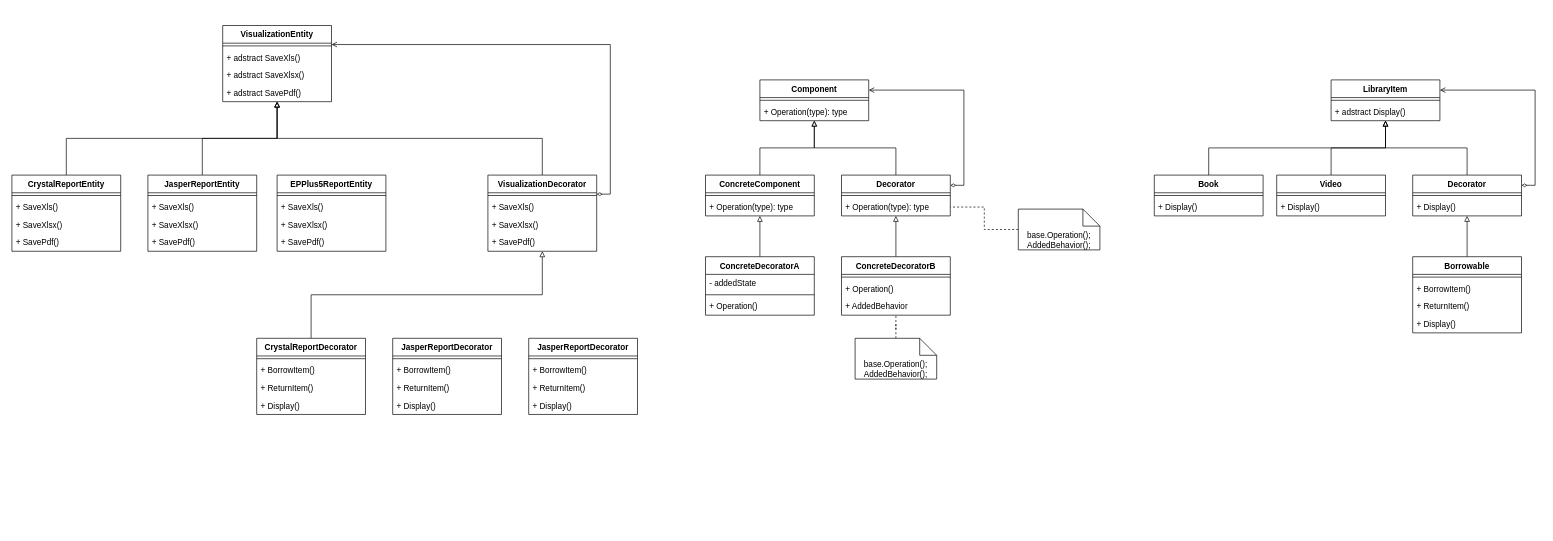
This is Developer Guide/Design Pattern-Decorator.Explain.drawio from Otaku-Projects/ReportEngine, a draw.io file, before an edit. Source tidied: cells renumbered, new cells numbered last; positions are measured from the earlier drawing's top-left corner, leaving out a move shared by most shapes. Both pictures are drawn from the tidied source at 68%, with x=0, y=0 at pixel (12, 25).
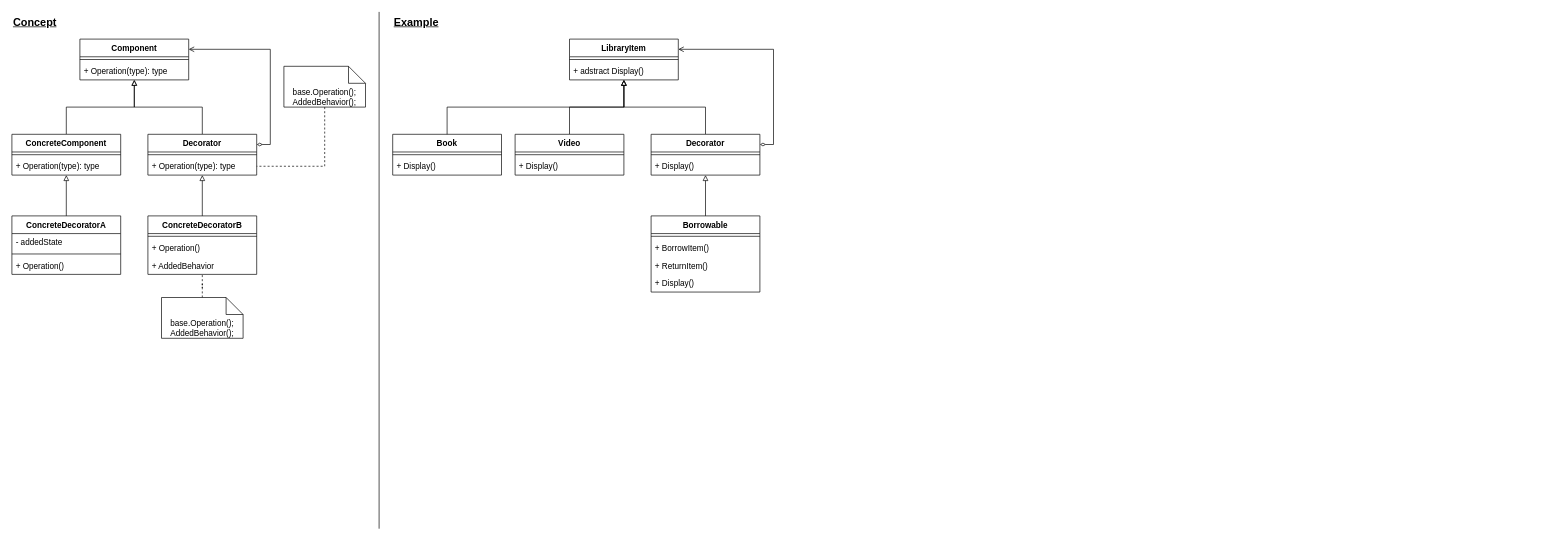
After the change.

Change to the diagram source:
```diff
@@
     <mxCell id="2" value="Component" style="swimlane;fontStyle=1;align=center;verticalAlign=top;horizontal=1;startSize=26;" parent="1" vertex="1">
-      <mxGeometry x="1100" y="80" width="160" height="60" as="geometry" />
+      <mxGeometry x="100" y="20" width="160" height="60" as="geometry" />
     </mxCell>
@@
     <mxCell id="7" value="Decorator" style="swimlane;fontStyle=1;align=center;verticalAlign=top;horizontal=1;startSize=26;" parent="1" vertex="1">
-      <mxGeometry x="1220" y="220" width="160" height="60" as="geometry" />
+      <mxGeometry x="200" y="160" width="160" height="60" as="geometry" />
     </mxCell>
@@
     <mxCell id="11" value="ConcreteDecoratorA" style="swimlane;fontStyle=1;align=center;verticalAlign=top;horizontal=1;startSize=26;" parent="1" vertex="1">
-      <mxGeometry x="1020" y="340" width="160" height="86" as="geometry" />
+      <mxGeometry y="280" width="160" height="86" as="geometry" />
     </mxCell>
@@
     <mxCell id="16" value="ConcreteComponent" style="swimlane;fontStyle=1;align=center;verticalAlign=top;horizontal=1;startSize=26;" parent="1" vertex="1">
-      <mxGeometry x="1020" y="220" width="160" height="60" as="geometry" />
+      <mxGeometry y="160" width="160" height="60" as="geometry" />
     </mxCell>
@@
     <mxCell id="20" value="ConcreteDecoratorB" style="swimlane;fontStyle=1;align=center;verticalAlign=top;horizontal=1;startSize=26;" parent="1" vertex="1">
-      <mxGeometry x="1220" y="340" width="160" height="86" as="geometry" />
+      <mxGeometry x="200" y="280" width="160" height="86" as="geometry" />
     </mxCell>
@@
     <mxCell id="25" value="base.Operation();&lt;br&gt;AddedBehavior();" style="shape=note2;boundedLbl=1;whiteSpace=wrap;html=1;size=25;verticalAlign=top;align=center;" parent="1" vertex="1">
-      <mxGeometry x="1240" y="460" width="120" height="60" as="geometry" />
+      <mxGeometry x="220" y="400" width="120" height="60" as="geometry" />
     </mxCell>
@@
     <mxCell id="27" value="base.Operation();&lt;br&gt;AddedBehavior();" style="shape=note2;boundedLbl=1;whiteSpace=wrap;html=1;size=25;verticalAlign=top;align=center;" parent="1" vertex="1">
-      <mxGeometry x="1480" y="270" width="120" height="60" as="geometry" />
+      <mxGeometry x="400" y="60" width="120" height="60" as="geometry" />
     </mxCell>
     <mxCell id="28" value="LibraryItem" style="swimlane;fontStyle=1;align=center;verticalAlign=top;horizontal=1;startSize=26;" parent="1" vertex="1">
-      <mxGeometry x="1940" y="80" width="160" height="60" as="geometry" />
+      <mxGeometry x="820" y="20" width="160" height="60" as="geometry" />
     </mxCell>
@@
     <mxCell id="33" value="Decorator" style="swimlane;fontStyle=1;align=center;verticalAlign=top;horizontal=1;startSize=26;" parent="1" vertex="1">
-      <mxGeometry x="2060" y="220" width="160" height="60" as="geometry" />
+      <mxGeometry x="940" y="160" width="160" height="60" as="geometry" />
     </mxCell>
@@
     <mxCell id="37" value="Video" style="swimlane;fontStyle=1;align=center;verticalAlign=top;horizontal=1;startSize=26;" parent="1" vertex="1">
-      <mxGeometry x="1860" y="220" width="160" height="60" as="geometry" />
+      <mxGeometry x="740" y="160" width="160" height="60" as="geometry" />
     </mxCell>
@@
     <mxCell id="41" value="Borrowable" style="swimlane;fontStyle=1;align=center;verticalAlign=top;horizontal=1;startSize=26;" parent="1" vertex="1">
-      <mxGeometry x="2060" y="340" width="160" height="112" as="geometry" />
+      <mxGeometry x="940" y="280" width="160" height="112" as="geometry" />
     </mxCell>
@@
     <mxCell id="46" value="Book" style="swimlane;fontStyle=1;align=center;verticalAlign=top;horizontal=1;startSize=26;" parent="1" vertex="1">
-      <mxGeometry x="1680" y="220" width="160" height="60" as="geometry" />
+      <mxGeometry x="560" y="160" width="160" height="60" as="geometry" />
     </mxCell>
@@
-    <mxCell id="50" value="VisualizationEntity" style="swimlane;fontStyle=1;align=center;verticalAlign=top;horizontal=1;startSize=26;" parent="1" vertex="1">
-      <mxGeometry x="310" width="160" height="112" as="geometry" />
-    </mxCell>
-    <mxCell id="51" style="line;strokeWidth=1;fillColor=none;align=left;verticalAlign=middle;spacingTop=-1;spacingLeft=3;spacingRight=3;labelPosition=right;" parent="50" vertex="1">
-      <mxGeometry y="26" width="160" height="8" as="geometry" />
-    </mxCell>
-    <mxCell id="52" value="+ adstract SaveXls()" style="text;strokeColor=none;fillColor=none;align=left;verticalAlign=top;spacingLeft=4;spacingRight=4;overflow=hidden;" parent="50" vertex="1">
-      <mxGeometry y="34" width="160" height="26" as="geometry" />
-    </mxCell>
-    <mxCell id="53" value="+ adstract SaveXlsx()" style="text;strokeColor=none;fillColor=none;align=left;verticalAlign=top;spacingLeft=4;spacingRight=4;overflow=hidden;" parent="50" vertex="1">
-      <mxGeometry y="60" width="160" height="26" as="geometry" />
-    </mxCell>
-    <mxCell id="54" value="+ adstract SavePdf()" style="text;strokeColor=none;fillColor=none;align=left;verticalAlign=top;spacingLeft=4;spacingRight=4;overflow=hidden;" parent="50" vertex="1">
-      <mxGeometry y="86" width="160" height="26" as="geometry" />
-    </mxCell>
-    <mxCell id="55" style="edgeStyle=orthogonalEdgeStyle;rounded=0;jettySize=auto;html=1;exitX=1;exitY=0.25;exitDx=0;exitDy=0;entryX=1;entryY=0.25;entryDx=0;entryDy=0;endArrow=open;endFill=0;startArrow=diamondThin;startFill=0;" parent="1" edge="1" source="57" target="50">
-      <mxGeometry relative="1" as="geometry" />
-    </mxCell>
-    <mxCell id="56" style="edgeStyle=orthogonalEdgeStyle;rounded=0;jettySize=auto;html=1;startArrow=none;startFill=0;endArrow=block;endFill=0;exitX=0.5;exitY=0;exitDx=0;exitDy=0;" parent="1" edge="1" source="57" target="50">
-      <mxGeometry relative="1" as="geometry" />
-    </mxCell>
-    <mxCell id="57" value="VisualizationDecorator" style="swimlane;fontStyle=1;align=center;verticalAlign=top;horizontal=1;startSize=26;" parent="1" vertex="1">
-      <mxGeometry x="700" y="220" width="160" height="112" as="geometry" />
-    </mxCell>
-    <mxCell id="58" style="line;strokeWidth=1;fillColor=none;align=left;verticalAlign=middle;spacingTop=-1;spacingLeft=3;spacingRight=3;labelPosition=right;" parent="57" vertex="1">
-      <mxGeometry y="26" width="160" height="8" as="geometry" />
-    </mxCell>
-    <mxCell id="59" value="+ SaveXls()" style="text;strokeColor=none;fillColor=none;align=left;verticalAlign=top;spacingLeft=4;spacingRight=4;overflow=hidden;" parent="57" vertex="1">
-      <mxGeometry y="34" width="160" height="26" as="geometry" />
-    </mxCell>
-    <mxCell id="60" value="+ SaveXlsx()" style="text;strokeColor=none;fillColor=none;align=left;verticalAlign=top;spacingLeft=4;spacingRight=4;overflow=hidden;" parent="57" vertex="1">
-      <mxGeometry y="60" width="160" height="26" as="geometry" />
-    </mxCell>
-    <mxCell id="61" value="+ SavePdf()" style="text;strokeColor=none;fillColor=none;align=left;verticalAlign=top;spacingLeft=4;spacingRight=4;overflow=hidden;" parent="57" vertex="1">
-      <mxGeometry y="86" width="160" height="26" as="geometry" />
-    </mxCell>
-    <mxCell id="62" style="edgeStyle=orthogonalEdgeStyle;rounded=0;jettySize=auto;html=1;exitX=0.5;exitY=0;exitDx=0;exitDy=0;startArrow=none;startFill=0;endArrow=block;endFill=0;" parent="1" edge="1" source="63" target="50">
-      <mxGeometry relative="1" as="geometry" />
-    </mxCell>
-    <mxCell id="63" value="JasperReportEntity" style="swimlane;fontStyle=1;align=center;verticalAlign=top;horizontal=1;startSize=26;" parent="1" vertex="1">
-      <mxGeometry x="200" y="220" width="160" height="112" as="geometry" />
-    </mxCell>
-    <mxCell id="64" style="line;strokeWidth=1;fillColor=none;align=left;verticalAlign=middle;spacingTop=-1;spacingLeft=3;spacingRight=3;labelPosition=right;" parent="63" vertex="1">
-      <mxGeometry y="26" width="160" height="8" as="geometry" />
-    </mxCell>
-    <mxCell id="65" value="+ SaveXls()" style="text;strokeColor=none;fillColor=none;align=left;verticalAlign=top;spacingLeft=4;spacingRight=4;overflow=hidden;" parent="63" vertex="1">
-      <mxGeometry y="34" width="160" height="26" as="geometry" />
-    </mxCell>
-    <mxCell id="66" value="+ SaveXlsx()" style="text;strokeColor=none;fillColor=none;align=left;verticalAlign=top;spacingLeft=4;spacingRight=4;overflow=hidden;" parent="63" vertex="1">
-      <mxGeometry y="60" width="160" height="26" as="geometry" />
-    </mxCell>
-    <mxCell id="67" value="+ SavePdf()" style="text;strokeColor=none;fillColor=none;align=left;verticalAlign=top;spacingLeft=4;spacingRight=4;overflow=hidden;" parent="63" vertex="1">
-      <mxGeometry y="86" width="160" height="26" as="geometry" />
-    </mxCell>
-    <mxCell id="68" style="edgeStyle=orthogonalEdgeStyle;rounded=0;jettySize=auto;html=1;startArrow=none;startFill=0;endArrow=block;endFill=0;exitX=0.5;exitY=0;exitDx=0;exitDy=0;" parent="1" edge="1" source="69" target="57">
-      <mxGeometry relative="1" as="geometry" />
-    </mxCell>
-    <mxCell id="69" value="CrystalReportDecorator" style="swimlane;fontStyle=1;align=center;verticalAlign=top;horizontal=1;startSize=26;" parent="1" vertex="1">
-      <mxGeometry x="360" y="460" width="160" height="112" as="geometry" />
-    </mxCell>
-    <mxCell id="70" style="line;strokeWidth=1;fillColor=none;align=left;verticalAlign=middle;spacingTop=-1;spacingLeft=3;spacingRight=3;labelPosition=right;" parent="69" vertex="1">
-      <mxGeometry y="26" width="160" height="8" as="geometry" />
-    </mxCell>
-    <mxCell id="71" value="+ BorrowItem()" style="text;strokeColor=none;fillColor=none;align=left;verticalAlign=top;spacingLeft=4;spacingRight=4;overflow=hidden;" parent="69" vertex="1">
-      <mxGeometry y="34" width="160" height="26" as="geometry" />
-    </mxCell>
-    <mxCell id="72" value="+ ReturnItem()" style="text;strokeColor=none;fillColor=none;align=left;verticalAlign=top;spacingLeft=4;spacingRight=4;overflow=hidden;" parent="69" vertex="1">
-      <mxGeometry y="60" width="160" height="26" as="geometry" />
-    </mxCell>
-    <mxCell id="73" value="+ Display()" style="text;strokeColor=none;fillColor=none;align=left;verticalAlign=top;spacingLeft=4;spacingRight=4;overflow=hidden;" parent="69" vertex="1">
-      <mxGeometry y="86" width="160" height="26" as="geometry" />
-    </mxCell>
-    <mxCell id="74" value="CrystalReportEntity" style="swimlane;fontStyle=1;align=center;verticalAlign=top;horizontal=1;startSize=26;" parent="1" vertex="1">
-      <mxGeometry y="220" width="160" height="112" as="geometry" />
-    </mxCell>
-    <mxCell id="75" style="line;strokeWidth=1;fillColor=none;align=left;verticalAlign=middle;spacingTop=-1;spacingLeft=3;spacingRight=3;labelPosition=right;" parent="74" vertex="1">
-      <mxGeometry y="26" width="160" height="8" as="geometry" />
-    </mxCell>
-    <mxCell id="76" value="+ SaveXls()" style="text;strokeColor=none;fillColor=none;align=left;verticalAlign=top;spacingLeft=4;spacingRight=4;overflow=hidden;" parent="74" vertex="1">
-      <mxGeometry y="34" width="160" height="26" as="geometry" />
-    </mxCell>
-    <mxCell id="77" value="+ SaveXlsx()" style="text;strokeColor=none;fillColor=none;align=left;verticalAlign=top;spacingLeft=4;spacingRight=4;overflow=hidden;" parent="74" vertex="1">
-      <mxGeometry y="60" width="160" height="26" as="geometry" />
-    </mxCell>
-    <mxCell id="78" value="+ SavePdf()" style="text;strokeColor=none;fillColor=none;align=left;verticalAlign=top;spacingLeft=4;spacingRight=4;overflow=hidden;" parent="74" vertex="1">
-      <mxGeometry y="86" width="160" height="26" as="geometry" />
-    </mxCell>
-    <mxCell id="79" style="edgeStyle=orthogonalEdgeStyle;rounded=0;jettySize=auto;html=1;exitX=0.5;exitY=0;exitDx=0;exitDy=0;startArrow=none;startFill=0;endArrow=block;endFill=0;" parent="1" edge="1" source="74" target="50">
-      <mxGeometry relative="1" as="geometry" />
-    </mxCell>
-    <mxCell id="80" value="EPPlus5ReportEntity" style="swimlane;fontStyle=1;align=center;verticalAlign=top;horizontal=1;startSize=26;" parent="1" vertex="1">
-      <mxGeometry x="390" y="220" width="160" height="112" as="geometry" />
-    </mxCell>
-    <mxCell id="81" style="line;strokeWidth=1;fillColor=none;align=left;verticalAlign=middle;spacingTop=-1;spacingLeft=3;spacingRight=3;labelPosition=right;" parent="80" vertex="1">
-      <mxGeometry y="26" width="160" height="8" as="geometry" />
-    </mxCell>
-    <mxCell id="82" value="+ SaveXls()" style="text;strokeColor=none;fillColor=none;align=left;verticalAlign=top;spacingLeft=4;spacingRight=4;overflow=hidden;" parent="80" vertex="1">
-      <mxGeometry y="34" width="160" height="26" as="geometry" />
-    </mxCell>
-    <mxCell id="83" value="+ SaveXlsx()" style="text;strokeColor=none;fillColor=none;align=left;verticalAlign=top;spacingLeft=4;spacingRight=4;overflow=hidden;" parent="80" vertex="1">
-      <mxGeometry y="60" width="160" height="26" as="geometry" />
-    </mxCell>
-    <mxCell id="84" value="+ SavePdf()" style="text;strokeColor=none;fillColor=none;align=left;verticalAlign=top;spacingLeft=4;spacingRight=4;overflow=hidden;" parent="80" vertex="1">
-      <mxGeometry y="86" width="160" height="26" as="geometry" />
-    </mxCell>
-    <mxCell id="85" value="JasperReportDecorator" style="swimlane;fontStyle=1;align=center;verticalAlign=top;horizontal=1;startSize=26;" parent="1" vertex="1">
-      <mxGeometry x="560" y="460" width="160" height="112" as="geometry" />
-    </mxCell>
-    <mxCell id="86" style="line;strokeWidth=1;fillColor=none;align=left;verticalAlign=middle;spacingTop=-1;spacingLeft=3;spacingRight=3;labelPosition=right;" parent="85" vertex="1">
-      <mxGeometry y="26" width="160" height="8" as="geometry" />
-    </mxCell>
-    <mxCell id="87" value="+ BorrowItem()" style="text;strokeColor=none;fillColor=none;align=left;verticalAlign=top;spacingLeft=4;spacingRight=4;overflow=hidden;" parent="85" vertex="1">
-      <mxGeometry y="34" width="160" height="26" as="geometry" />
-    </mxCell>
-    <mxCell id="88" value="+ ReturnItem()" style="text;strokeColor=none;fillColor=none;align=left;verticalAlign=top;spacingLeft=4;spacingRight=4;overflow=hidden;" parent="85" vertex="1">
-      <mxGeometry y="60" width="160" height="26" as="geometry" />
-    </mxCell>
-    <mxCell id="89" value="+ Display()" style="text;strokeColor=none;fillColor=none;align=left;verticalAlign=top;spacingLeft=4;spacingRight=4;overflow=hidden;" parent="85" vertex="1">
-      <mxGeometry y="86" width="160" height="26" as="geometry" />
-    </mxCell>
-    <mxCell id="90" value="JasperReportDecorator" style="swimlane;fontStyle=1;align=center;verticalAlign=top;horizontal=1;startSize=26;" parent="1" vertex="1">
-      <mxGeometry x="760" y="460" width="160" height="112" as="geometry" />
-    </mxCell>
-    <mxCell id="91" style="line;strokeWidth=1;fillColor=none;align=left;verticalAlign=middle;spacingTop=-1;spacingLeft=3;spacingRight=3;labelPosition=right;" parent="90" vertex="1">
-      <mxGeometry y="26" width="160" height="8" as="geometry" />
-    </mxCell>
-    <mxCell id="92" value="+ BorrowItem()" style="text;strokeColor=none;fillColor=none;align=left;verticalAlign=top;spacingLeft=4;spacingRight=4;overflow=hidden;" parent="90" vertex="1">
-      <mxGeometry y="34" width="160" height="26" as="geometry" />
-    </mxCell>
-    <mxCell id="93" value="+ ReturnItem()" style="text;strokeColor=none;fillColor=none;align=left;verticalAlign=top;spacingLeft=4;spacingRight=4;overflow=hidden;" parent="90" vertex="1">
-      <mxGeometry y="60" width="160" height="26" as="geometry" />
-    </mxCell>
-    <mxCell id="94" value="+ Display()" style="text;strokeColor=none;fillColor=none;align=left;verticalAlign=top;spacingLeft=4;spacingRight=4;overflow=hidden;" parent="90" vertex="1">
-      <mxGeometry y="86" width="160" height="26" as="geometry" />
-    </mxCell>
+    <mxCell id="95" style="endArrow=none;html=1;rounded=0;fontSize=16;" parent="1" edge="1">
+      <mxGeometry relative="1" as="geometry">
+        <mxPoint x="540" y="740" as="sourcePoint" />
+        <mxPoint x="540" y="-20" as="targetPoint" />
+      </mxGeometry>
+    </mxCell>
+    <mxCell id="96" value="Concept" style="text;html=1;strokeColor=none;fillColor=none;align=left;verticalAlign=middle;whiteSpace=wrap;rounded=0;fontSize=16;fontStyle=5;" parent="1" vertex="1">
+      <mxGeometry y="-20" width="80" height="30" as="geometry" />
+    </mxCell>
+    <mxCell id="97" value="Example" style="text;html=1;strokeColor=none;fillColor=none;align=left;verticalAlign=middle;whiteSpace=wrap;rounded=0;fontSize=16;fontStyle=5;" parent="1" vertex="1">
+      <mxGeometry x="560" y="-20" width="80" height="30" as="geometry" />
+    </mxCell>
```
